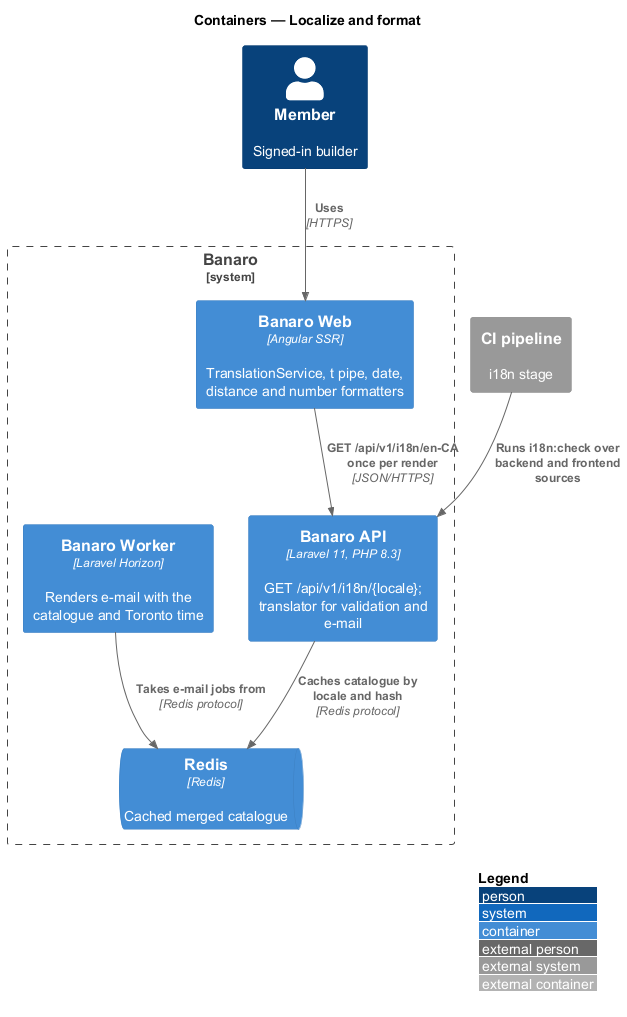
QuinntyneBrown/banaro keeps this PlantUML diagram as docs/detailed-designs/user-experience/localize-and-format/diagrams/c4-container.png. Above is the earlier version. The source it was exported from:
```plantuml
@startuml
!include <C4/C4_Container>
LAYOUT_WITH_LEGEND()
title Containers — Localize and format

Person(member, "Member", "Signed-in builder")
System_Ext(ci, "CI pipeline", "i18n stage")

System_Boundary(banaro, "Banaro") {
  Container(web, "Banaro Web", "Angular SSR", "TranslationService, t pipe, date, distance and number formatters")
  Container(api, "Banaro API", "Laravel 11, PHP 8.3", "GET /api/v1/i18n/{locale}; translator for validation and e-mail")
  Container(worker, "Banaro Worker", "Laravel Horizon", "Renders e-mail with the catalogue and Toronto time")
  ContainerQueue(redis, "Redis", "Redis", "Cached merged catalogue")
}

Rel(member, web, "Uses", "HTTPS")
Rel(web, api, "GET /api/v1/i18n/en-CA once per render", "JSON/HTTPS")
Rel(api, redis, "Caches catalogue by locale and hash", "Redis protocol")
Rel(worker, redis, "Takes e-mail jobs from", "Redis protocol")
Rel(ci, api, "Runs i18n:check over backend and frontend sources")
@enduml
```
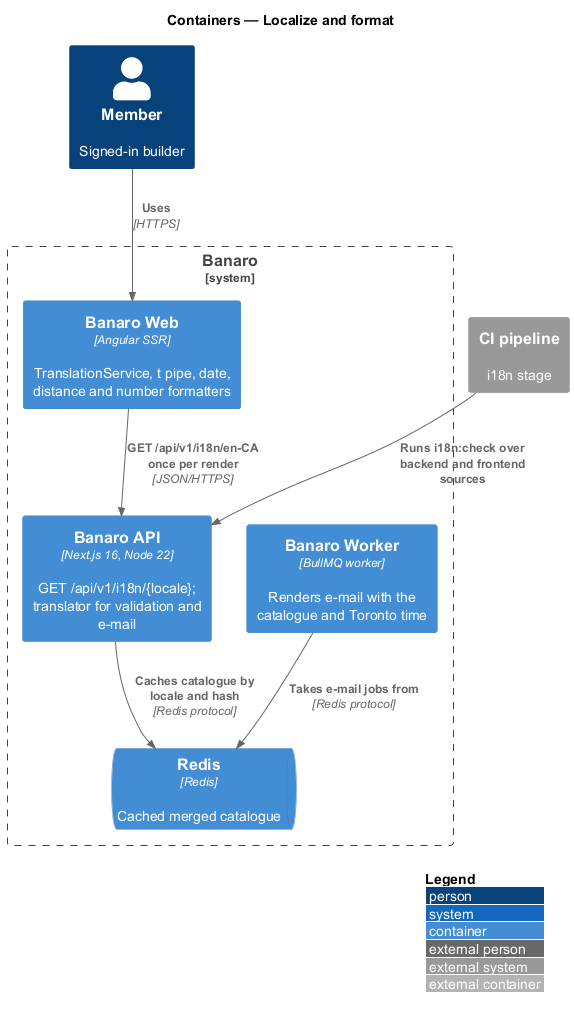
The same diagram one commit later.

Change to the diagram source:
```diff
@@ -8,8 +8,8 @@
 
 System_Boundary(banaro, "Banaro") {
   Container(web, "Banaro Web", "Angular SSR", "TranslationService, t pipe, date, distance and number formatters")
-  Container(api, "Banaro API", "Laravel 11, PHP 8.3", "GET /api/v1/i18n/{locale}; translator for validation and e-mail")
-  Container(worker, "Banaro Worker", "Laravel Horizon", "Renders e-mail with the catalogue and Toronto time")
+  Container(api, "Banaro API", "Next.js 16, Node 22", "GET /api/v1/i18n/{locale}; translator for validation and e-mail")
+  Container(worker, "Banaro Worker", "BullMQ worker", "Renders e-mail with the catalogue and Toronto time")
   ContainerQueue(redis, "Redis", "Redis", "Cached merged catalogue")
 }
 
```
